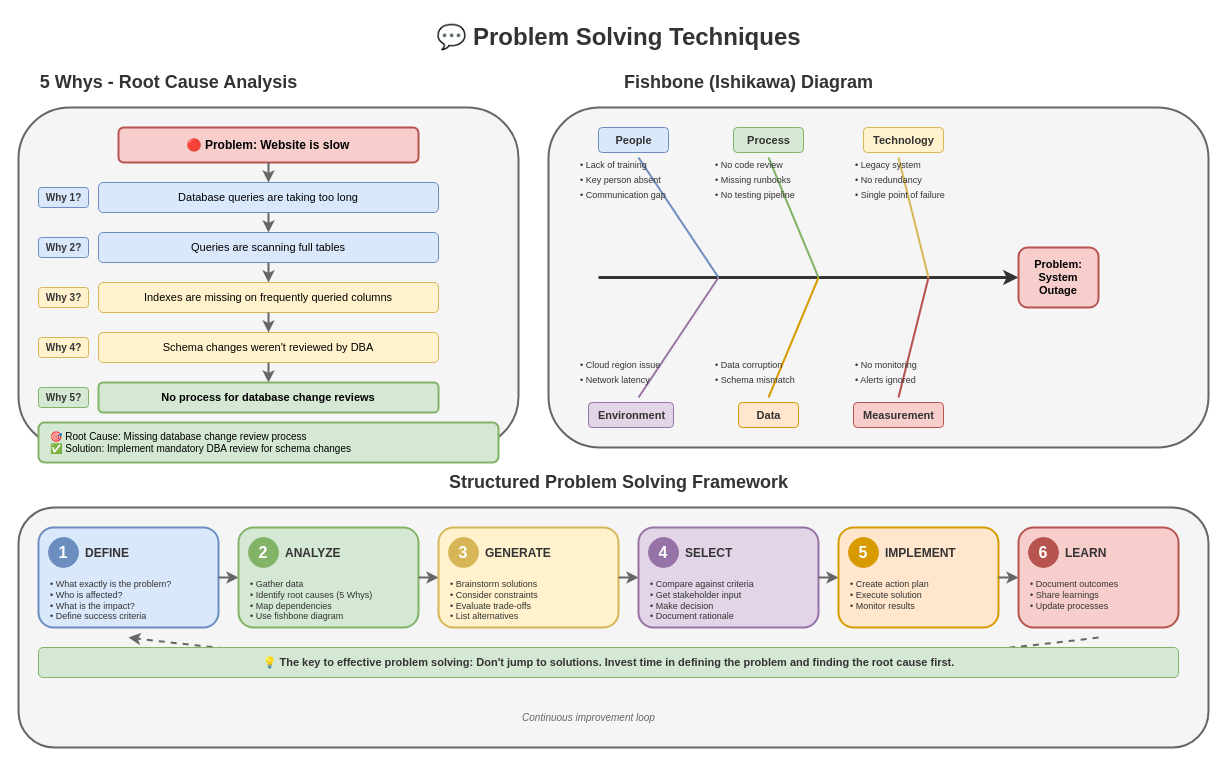
Above: lesson-10-soft-skills/diagrams/5.1-problem-solving.drawio in MrParkerZ7/document-lesson-software-architect-x-claude (draw.io), before the change. Source tidied: cells renumbered, new cells numbered last; positions are measured from the earlier drawing's top-left corner, leaving out a move shared by most shapes. Both pictures are drawn from the tidied source at 100%, with x=0, y=0 at pixel (18, 17).
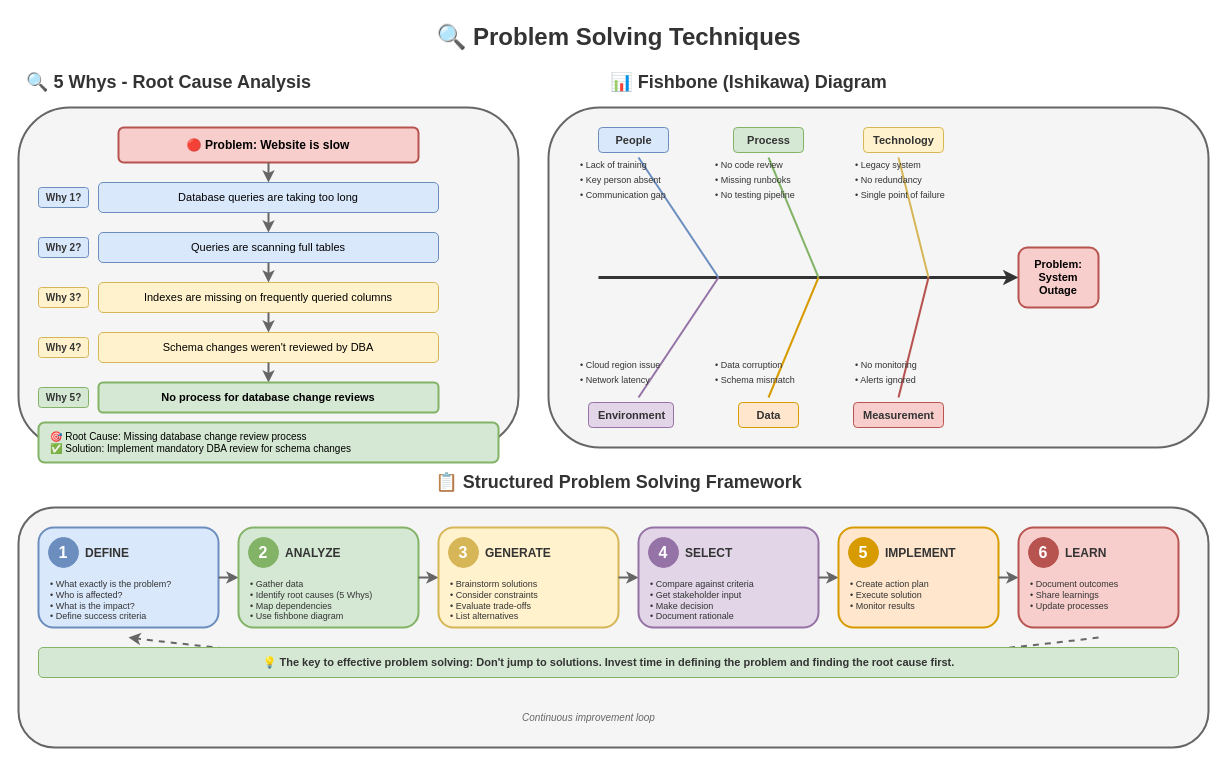
After the change.

Change to the diagram source:
```diff
@@
-    <mxCell id="2" value="💬 Problem Solving Techniques" style="text;html=1;strokeColor=none;fillColor=none;align=center;verticalAlign=middle;fontSize=24;fontStyle=1;fontColor=#333333;" parent="1" vertex="1">
+    <mxCell id="2" value="🔍 Problem Solving Techniques" style="text;html=1;strokeColor=none;fillColor=none;align=center;verticalAlign=middle;fontSize=24;fontStyle=1;fontColor=#333333;" parent="1" vertex="1">
       <mxGeometry x="300" width="600" height="40" as="geometry" />
     </mxCell>
-    <mxCell id="3" value="5 Whys - Root Cause Analysis" style="text;html=1;strokeColor=none;fillColor=none;align=center;verticalAlign=middle;fontSize=18;fontStyle=1;fontColor=#333333;" parent="1" vertex="1">
+    <mxCell id="3" value="🔍 5 Whys - Root Cause Analysis" style="text;html=1;strokeColor=none;fillColor=none;align=center;verticalAlign=middle;fontSize=18;fontStyle=1;fontColor=#333333;" parent="1" vertex="1">
       <mxGeometry y="50" width="300" height="30" as="geometry" />
     </mxCell>
@@
-    <mxCell id="22" value="Fishbone (Ishikawa) Diagram" style="text;html=1;strokeColor=none;fillColor=none;align=center;verticalAlign=middle;fontSize=18;fontStyle=1;fontColor=#333333;" parent="1" vertex="1">
+    <mxCell id="22" value="📊 Fishbone (Ishikawa) Diagram" style="text;html=1;strokeColor=none;fillColor=none;align=center;verticalAlign=middle;fontSize=18;fontStyle=1;fontColor=#333333;" parent="1" vertex="1">
       <mxGeometry x="580" y="50" width="300" height="30" as="geometry" />
     </mxCell>
@@
-    <mxCell id="53" value="Structured Problem Solving Framework" style="text;html=1;strokeColor=none;fillColor=none;align=center;verticalAlign=middle;fontSize=18;fontStyle=1;fontColor=#333333;" parent="1" vertex="1">
+    <mxCell id="53" value="📋 Structured Problem Solving Framework" style="text;html=1;strokeColor=none;fillColor=none;align=center;verticalAlign=middle;fontSize=18;fontStyle=1;fontColor=#333333;" parent="1" vertex="1">
       <mxGeometry x="350" y="450" width="500" height="30" as="geometry" />
     </mxCell>
```
